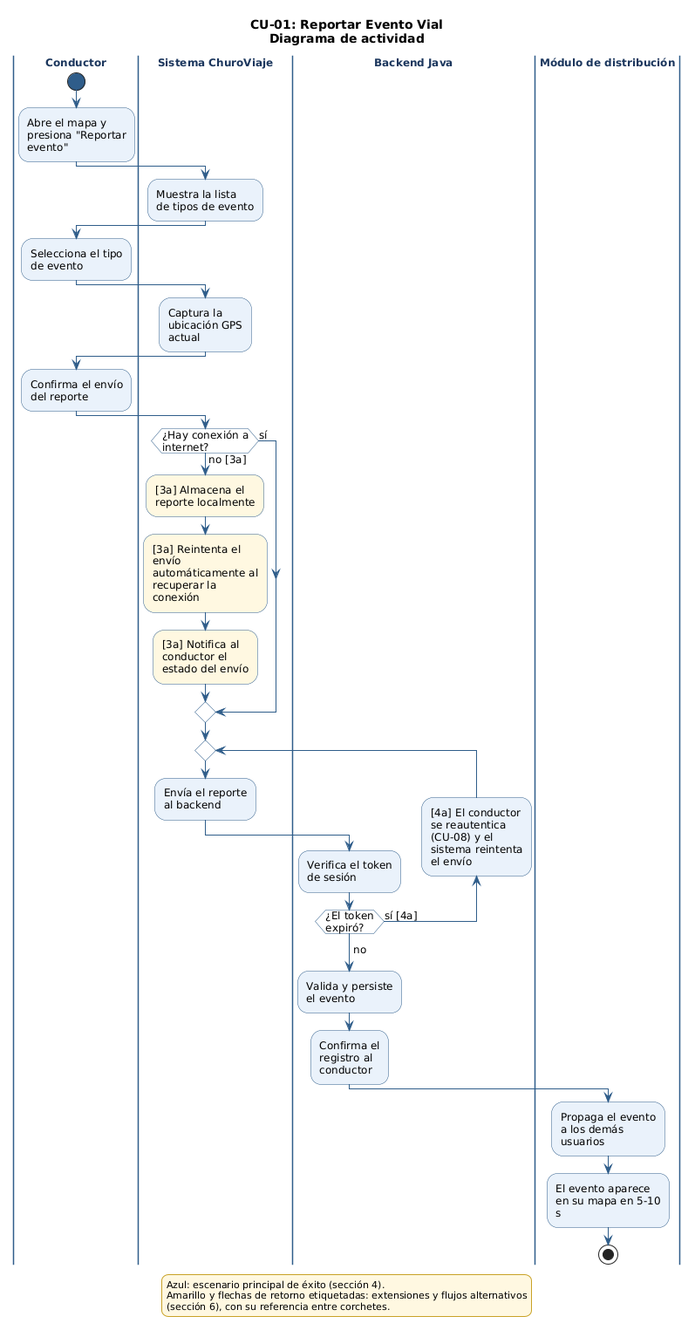
Earlier version of the PlantUML export 03_des/01_Diagramas_de_comportamiento/CU-01_ReportarEventoVial.png (uniWASD/ChuroViajeInterno).
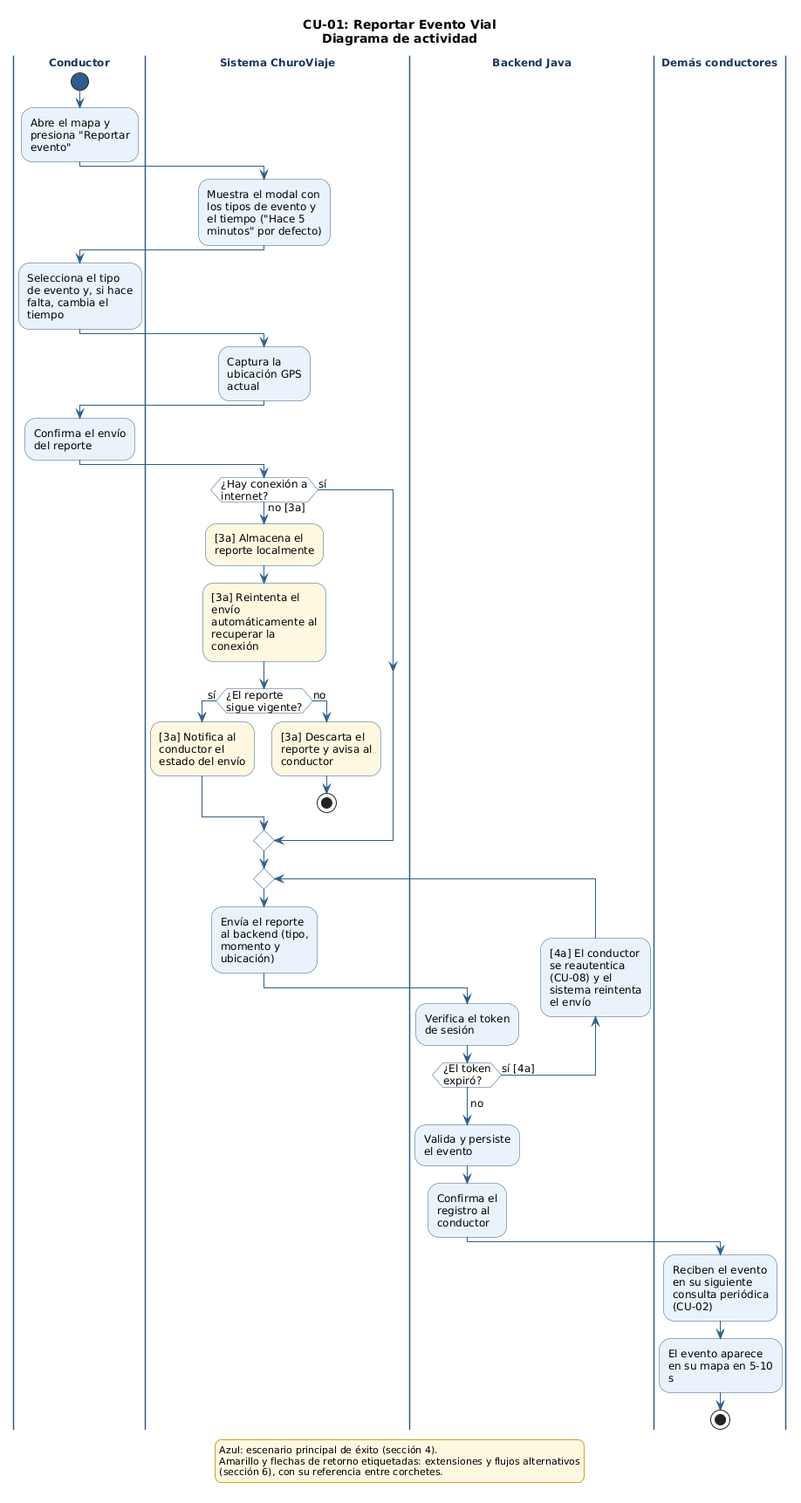
After the change.

The edit, as a diff of the source:
```diff
@@ -32,11 +32,15 @@
 presiona "Reportar
 evento";
 |Sistema ChuroViaje|
-:Muestra la lista
-de tipos de evento;
+:Muestra el modal con
+los tipos de evento y
+el tiempo ("Hace 5
+minutos" por defecto);
 |Conductor|
 :Selecciona el tipo
-de evento;
+de evento y, si hace
+falta, cambia el
+tiempo;
 |Sistema ChuroViaje|
 :Captura la
 ubicación GPS
@@ -54,14 +58,23 @@
 automáticamente al
 recuperar la
 conexión;
-  #FFF8E1:[3a] Notifica al
+  if (¿El reporte\nsigue vigente?) then (sí)
+    #FFF8E1:[3a] Notifica al
 conductor el
 estado del envío;
+  else (no)
+    #FFF8E1:[3a] Descarta el
+reporte y avisa al
+conductor;
+    stop
+  endif
 endif
 repeat
   |Sistema ChuroViaje|
   :Envía el reporte
-al backend;
+al backend (tipo,
+momento y
+ubicación);
   |Backend Java|
   :Verifica el token
 de sesión;
@@ -78,10 +91,11 @@
 :Confirma el
 registro al
 conductor;
-|Módulo de distribución|
-:Propaga el evento
-a los demás
-usuarios;
+|Demás conductores|
+:Reciben el evento
+en su siguiente
+consulta periódica
+(CU-02);
 :El evento aparece
 en su mapa en 5-10
 s;
```
